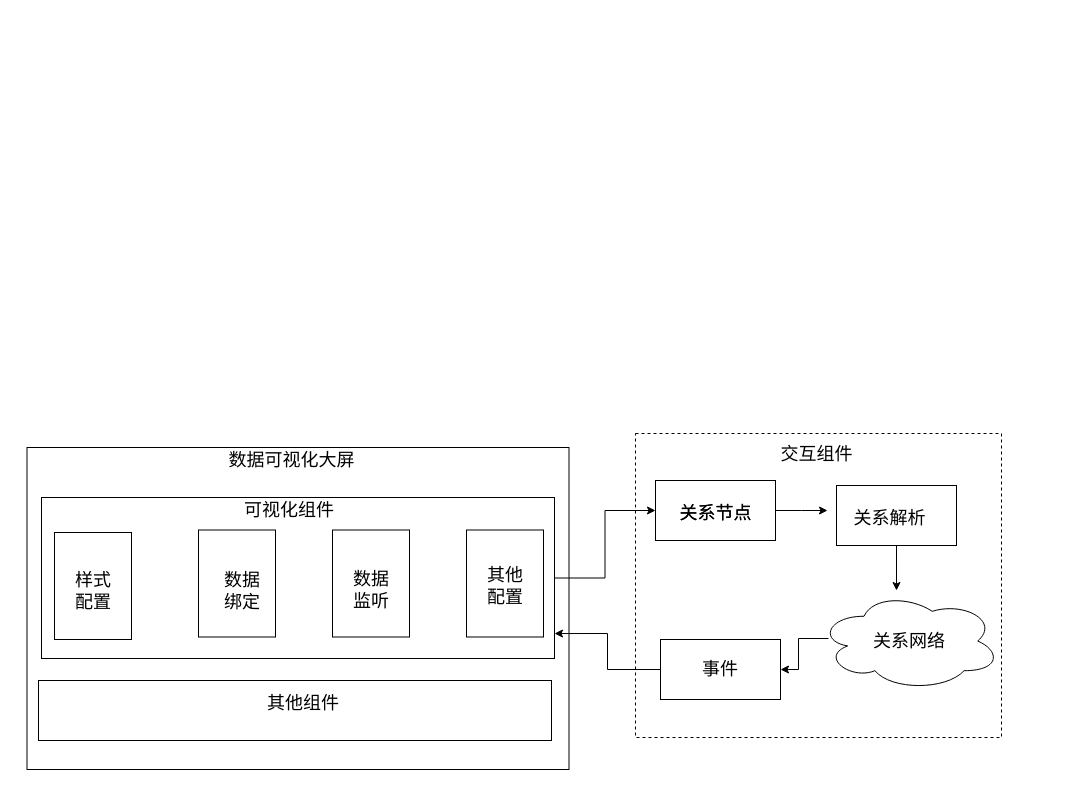
qw-null/drawio keeps this draw.io diagram as 论文-组件联动交互触发流程.drawio. Above is the earlier version. Source tidied: cells renumbered, new cells numbered last; positions are measured from the earlier drawing's top-left corner, leaving out a move shared by most shapes. Both pictures are drawn from the tidied source at 100%, with x=0, y=0 at pixel (26, 433).
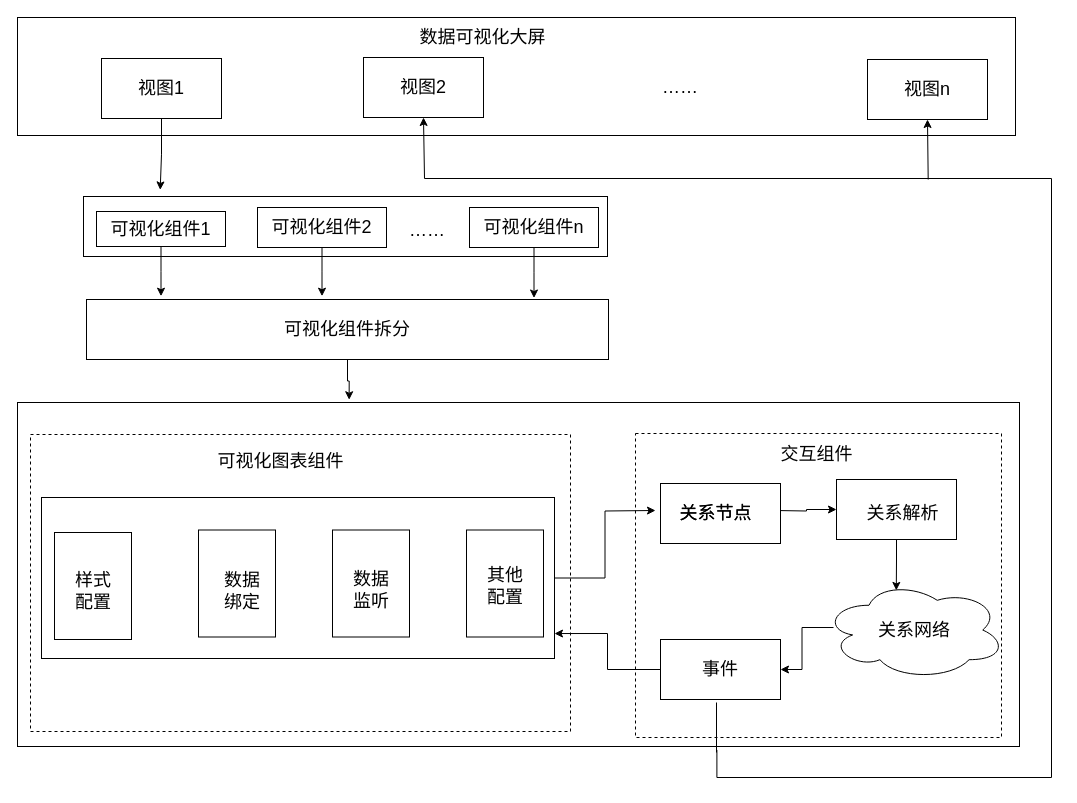
The same page after the edit.

Commit message:
更新论文-组件联动交互触发流程.drawio

Unchanged cells that the change refers to:
```xml
<mxCell id="5" style="rounded=0;whiteSpace=wrap;html=1;fontSize=18;" parent="1" vertex="1">
  <mxGeometry x="15" y="64" width="513" height="161" as="geometry" />
</mxCell>
```

The edit, as a diff of the source:
```diff
@@
+    <mxCell id="29" style="rounded=0;whiteSpace=wrap;html=1;fontSize=18;fillColor=none;dashed=1;" parent="1" vertex="1">
+      <mxGeometry x="609" width="366" height="304" as="geometry" />
+    </mxCell>
+    <mxCell id="31" style="rounded=0;whiteSpace=wrap;html=1;fontSize=18;fillColor=none;" parent="1" vertex="1">
+      <mxGeometry x="-9" y="-31" width="1002" height="344" as="geometry" />
+    </mxCell>
     <mxCell id="2" style="rounded=0;whiteSpace=wrap;html=1;" parent="1" vertex="1">
-      <mxGeometry x="0.5" y="14" width="542" height="322" as="geometry" />
+      <mxGeometry x="-9" y="-416" width="998" height="118" as="geometry" />
     </mxCell>
     <mxCell id="3" value="&lt;font style=&quot;font-size: 18px;&quot;&gt;数据可视化大屏&lt;/font&gt;" style="text;html=1;strokeColor=none;fillColor=none;align=center;verticalAlign=middle;whiteSpace=wrap;rounded=0;" parent="1" vertex="1">
-      <mxGeometry x="143" y="12" width="245" height="30" as="geometry" />
+      <mxGeometry x="334" y="-411" width="245" height="30" as="geometry" />
     </mxCell>
-    <mxCell id="4" style="edgeStyle=orthogonalEdgeStyle;rounded=0;jettySize=auto;html=1;entryX=0;entryY=0.5;entryDx=0;entryDy=0;fontSize=18;" parent="1" edge="1" source="5" target="19">
-      <mxGeometry relative="1" as="geometry" />
+    <mxCell id="4" style="edgeStyle=orthogonalEdgeStyle;rounded=0;jettySize=auto;html=1;entryX=0;entryY=0.5;entryDx=0;entryDy=0;fontSize=18;" parent="1" edge="1" source="5">
+      <mxGeometry relative="1" as="geometry">
+        <mxPoint x="629" y="77" as="targetPoint" />
+      </mxGeometry>
     </mxCell>
@@
-    <mxCell id="6" value="可视化组件" style="text;html=1;strokeColor=none;fillColor=none;align=center;verticalAlign=middle;whiteSpace=wrap;rounded=0;fontSize=18;" parent="1" vertex="1">
-      <mxGeometry x="194" y="61" width="138" height="31" as="geometry" />
-    </mxCell>
@@
-    <mxCell id="16" style="rounded=0;whiteSpace=wrap;html=1;fontSize=18;" parent="1" vertex="1">
-      <mxGeometry x="12" y="247" width="513" height="60" as="geometry" />
-    </mxCell>
-    <mxCell id="17" value="其他组件" style="text;html=1;strokeColor=none;fillColor=none;align=center;verticalAlign=middle;whiteSpace=wrap;rounded=0;fontSize=18;" parent="1" vertex="1">
-      <mxGeometry x="215" y="255" width="124" height="30" as="geometry" />
-    </mxCell>
-    <mxCell id="18" style="edgeStyle=orthogonalEdgeStyle;rounded=0;jettySize=auto;html=1;fontSize=18;" parent="1" edge="1" source="19">
+    <mxCell id="18" style="edgeStyle=orthogonalEdgeStyle;rounded=0;jettySize=auto;html=1;fontSize=18;entryX=0;entryY=0.5;entryDx=0;entryDy=0;" parent="1" edge="1" target="23">
       <mxGeometry relative="1" as="geometry">
-        <mxPoint x="801" y="77" as="targetPoint" />
+        <mxPoint x="749" y="77" as="sourcePoint" />
       </mxGeometry>
     </mxCell>
     <mxCell id="19" style="rounded=0;whiteSpace=wrap;html=1;fontSize=18;" parent="1" vertex="1">
-      <mxGeometry x="629" y="47" width="120" height="60" as="geometry" />
+      <mxGeometry x="634" y="50" width="120" height="60" as="geometry" />
     </mxCell>
@@
-    <mxCell id="22" style="edgeStyle=orthogonalEdgeStyle;rounded=0;jettySize=auto;html=1;fontSize=18;" parent="1" edge="1" source="23">
-      <mxGeometry relative="1" as="geometry">
-        <mxPoint x="870" y="157" as="targetPoint" />
-      </mxGeometry>
-    </mxCell>
+    <mxCell id="32" style="edgeStyle=orthogonalEdgeStyle;rounded=0;jettySize=auto;html=1;entryX=0.4;entryY=0.1;entryDx=0;entryDy=0;entryPerimeter=0;fontSize=18;" parent="1" edge="1" source="23" target="26">
+      <mxGeometry relative="1" as="geometry" />
+    </mxCell>
     <mxCell id="23" style="rounded=0;whiteSpace=wrap;html=1;fontSize=18;" parent="1" vertex="1">
-      <mxGeometry x="810" y="52" width="120" height="60" as="geometry" />
+      <mxGeometry x="810" y="46" width="120" height="60" as="geometry" />
     </mxCell>
     <mxCell id="24" value="关系解析" style="text;html=1;strokeColor=none;fillColor=none;align=center;verticalAlign=middle;whiteSpace=wrap;rounded=0;fontSize=18;" parent="1" vertex="1">
-      <mxGeometry x="822.5" y="71" width="81" height="28" as="geometry" />
+      <mxGeometry x="836" y="66" width="81" height="28" as="geometry" />
     </mxCell>
@@
     <mxCell id="26" value="关系网络" style="ellipse;shape=cloud;whiteSpace=wrap;html=1;fontSize=18;" parent="1" vertex="1">
-      <mxGeometry x="792" y="158" width="182" height="99" as="geometry" />
+      <mxGeometry x="797" y="147" width="182" height="99" as="geometry" />
     </mxCell>
@@
-    <mxCell id="29" style="rounded=0;whiteSpace=wrap;html=1;fontSize=18;fillColor=none;dashed=1;" parent="1" vertex="1">
-      <mxGeometry x="609" width="366" height="304" as="geometry" />
-    </mxCell>
@@
+    <mxCell id="33" style="edgeStyle=orthogonalEdgeStyle;rounded=0;jettySize=auto;html=1;exitX=0.5;exitY=1;exitDx=0;exitDy=0;fontSize=18;" parent="1" edge="1" source="34">
+      <mxGeometry relative="1" as="geometry">
+        <mxPoint x="133.7" y="-243.6" as="targetPoint" />
+      </mxGeometry>
+    </mxCell>
+    <mxCell id="34" value="&lt;font style=&quot;font-size: 18px;&quot;&gt;视图1&lt;/font&gt;" style="rounded=0;whiteSpace=wrap;html=1;" parent="1" vertex="1">
+      <mxGeometry x="75" y="-375" width="120" height="60" as="geometry" />
+    </mxCell>
+    <mxCell id="35" value="&lt;font style=&quot;font-size: 18px;&quot;&gt;视图2&lt;/font&gt;" style="rounded=0;whiteSpace=wrap;html=1;" parent="1" vertex="1">
+      <mxGeometry x="337" y="-376" width="120" height="60" as="geometry" />
+    </mxCell>
+    <mxCell id="36" style="rounded=0;whiteSpace=wrap;html=1;fontSize=18;" parent="1" vertex="1">
+      <mxGeometry x="57" y="-237" width="524" height="60" as="geometry" />
+    </mxCell>
+    <mxCell id="37" value="&lt;font style=&quot;font-size: 18px;&quot;&gt;视图n&lt;/font&gt;" style="rounded=0;whiteSpace=wrap;html=1;" parent="1" vertex="1">
+      <mxGeometry x="841" y="-374" width="120" height="60" as="geometry" />
+    </mxCell>
+    <mxCell id="38" value="……" style="text;html=1;strokeColor=none;fillColor=none;align=center;verticalAlign=middle;whiteSpace=wrap;rounded=0;fontSize=18;" parent="1" vertex="1">
+      <mxGeometry x="624" y="-361" width="60" height="30" as="geometry" />
+    </mxCell>
+    <mxCell id="39" style="edgeStyle=orthogonalEdgeStyle;rounded=0;jettySize=auto;html=1;fontSize=18;" parent="1" edge="1" source="40">
+      <mxGeometry relative="1" as="geometry">
+        <mxPoint x="134.5" y="-137.3" as="targetPoint" />
+      </mxGeometry>
+    </mxCell>
+    <mxCell id="40" value="可视化组件1" style="rounded=0;whiteSpace=wrap;html=1;fontSize=18;" parent="1" vertex="1">
+      <mxGeometry x="70" y="-222" width="129" height="35" as="geometry" />
+    </mxCell>
+    <mxCell id="41" style="edgeStyle=orthogonalEdgeStyle;rounded=0;jettySize=auto;html=1;fontSize=18;" parent="1" edge="1" source="42">
+      <mxGeometry relative="1" as="geometry">
+        <mxPoint x="295.5" y="-137.3" as="targetPoint" />
+      </mxGeometry>
+    </mxCell>
+    <mxCell id="42" value="可视化组件2" style="rounded=0;whiteSpace=wrap;html=1;fontSize=18;" parent="1" vertex="1">
+      <mxGeometry x="231" y="-226" width="129" height="40" as="geometry" />
+    </mxCell>
+    <mxCell id="43" style="edgeStyle=orthogonalEdgeStyle;rounded=0;jettySize=auto;html=1;fontSize=18;" parent="1" edge="1" source="44">
+      <mxGeometry relative="1" as="geometry">
+        <mxPoint x="507.5" y="-135.5" as="targetPoint" />
+      </mxGeometry>
+    </mxCell>
+    <mxCell id="44" value="可视化组件n" style="rounded=0;whiteSpace=wrap;html=1;fontSize=18;" parent="1" vertex="1">
+      <mxGeometry x="443" y="-226" width="129" height="40" as="geometry" />
+    </mxCell>
+    <mxCell id="45" value="……" style="text;html=1;strokeColor=none;fillColor=none;align=center;verticalAlign=middle;whiteSpace=wrap;rounded=0;fontSize=18;" parent="1" vertex="1">
+      <mxGeometry x="370.5" y="-218" width="60" height="30" as="geometry" />
+    </mxCell>
+    <mxCell id="46" style="edgeStyle=orthogonalEdgeStyle;rounded=0;jettySize=auto;html=1;exitX=0.5;exitY=1;exitDx=0;exitDy=0;entryX=0.331;entryY=-0.008;entryDx=0;entryDy=0;entryPerimeter=0;fontSize=18;" parent="1" edge="1" source="47" target="31">
+      <mxGeometry relative="1" as="geometry" />
+    </mxCell>
+    <mxCell id="47" value="可视化组件拆分" style="rounded=0;whiteSpace=wrap;html=1;fontSize=18;" parent="1" vertex="1">
+      <mxGeometry x="60" y="-134" width="522" height="60" as="geometry" />
+    </mxCell>
+    <mxCell id="48" style="edgeStyle=orthogonalEdgeStyle;rounded=0;jettySize=auto;html=1;fontSize=18;entryX=0.5;entryY=1;entryDx=0;entryDy=0;exitX=0.698;exitY=1.01;exitDx=0;exitDy=0;exitPerimeter=0;" parent="1" edge="1" source="31" target="35">
+      <mxGeometry relative="1" as="geometry">
+        <Array as="points">
+          <mxPoint x="690" y="344" />
+          <mxPoint x="1025" y="344" />
+          <mxPoint x="1025" y="-255" />
+          <mxPoint x="398" y="-255" />
+        </Array>
+      </mxGeometry>
+    </mxCell>
+    <mxCell id="49" style="edgeStyle=orthogonalEdgeStyle;rounded=0;orthogonalLoop=1;jettySize=auto;html=1;exitX=0.5;exitY=1;exitDx=0;exitDy=0;fontSize=18;" parent="1" edge="1" source="42" target="42">
+      <mxGeometry relative="1" as="geometry" />
+    </mxCell>
+    <mxCell id="50" style="rounded=0;whiteSpace=wrap;html=1;fontSize=18;fillColor=none;dashed=1;" parent="1" vertex="1">
+      <mxGeometry x="4" y="1" width="540" height="297" as="geometry" />
+    </mxCell>
+    <mxCell id="51" style="endArrow=classic;html=1;rounded=0;fontSize=18;entryX=0.5;entryY=1;entryDx=0;entryDy=0;" parent="1" edge="1" target="37">
+      <mxGeometry relative="1" as="geometry">
+        <mxPoint x="901.7" y="-254" as="sourcePoint" />
+      </mxGeometry>
+    </mxCell>
+    <mxCell id="52" style="endArrow=none;html=1;rounded=0;fontSize=18;" parent="1" edge="1">
+      <mxGeometry relative="1" as="geometry">
+        <mxPoint x="690" y="319" as="sourcePoint" />
+        <mxPoint x="690" y="269" as="targetPoint" />
+      </mxGeometry>
+    </mxCell>
+    <mxCell id="53" value="可视化图表组件" style="text;html=1;strokeColor=none;fillColor=none;align=center;verticalAlign=middle;whiteSpace=wrap;rounded=0;dashed=1;fontSize=18;" parent="1" vertex="1">
+      <mxGeometry x="172" y="13" width="165" height="30" as="geometry" />
+    </mxCell>
```
